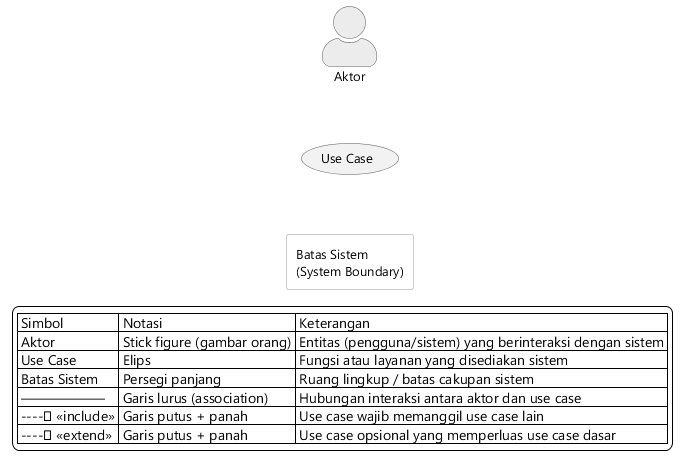
The PlantUML diagram diagrams/gambar-2-11-legenda-use-case.png in Jokskuyy/workflow-ta-proyek, before a commit.
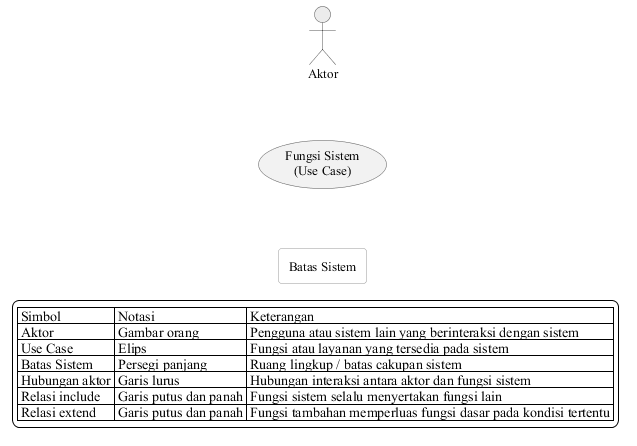
After the change.

What changed in the source:
```diff
@@ -2,10 +2,9 @@
 
 skinparam backgroundColor #FFFFFF
 skinparam shadowing false
-skinparam defaultFontName "Segoe UI"
+skinparam defaultFontName "Times New Roman"
 skinparam defaultFontSize 13
 skinparam ArrowColor #444444
-skinparam actorStyle awesome
 skinparam usecase {
   BackgroundColor #F2F2F2
   BorderColor #555555
@@ -21,20 +20,20 @@
 
 
 actor "Aktor" as A
-usecase "Use Case" as U
-rectangle "Batas Sistem\n(System Boundary)" as Bnd
+usecase "Fungsi Sistem\n(Use Case)" as U
+rectangle "Batas Sistem" as Bnd
 
 A -[hidden]down- U
 U -[hidden]down- Bnd
 
 legend right
   | Simbol | Notasi | Keterangan |
-  | Aktor | Stick figure (gambar orang) | Entitas (pengguna/sistem) yang berinteraksi dengan sistem |
-  | Use Case | Elips | Fungsi atau layanan yang disediakan sistem |
+  | Aktor | Gambar orang | Pengguna atau sistem lain yang berinteraksi dengan sistem |
+  | Use Case | Elips | Fungsi atau layanan yang tersedia pada sistem |
   | Batas Sistem | Persegi panjang | Ruang lingkup / batas cakupan sistem |
-  | —————— | Garis lurus (association) | Hubungan interaksi antara aktor dan use case |
-  | ----▷ <<include>> | Garis putus + panah | Use case wajib memanggil use case lain |
-  | ----▷ <<extend>> | Garis putus + panah | Use case opsional yang memperluas use case dasar |
+  | Hubungan aktor | Garis lurus | Hubungan interaksi antara aktor dan fungsi sistem |
+  | Relasi include | Garis putus dan panah | Fungsi sistem selalu menyertakan fungsi lain |
+  | Relasi extend | Garis putus dan panah | Fungsi tambahan memperluas fungsi dasar pada kondisi tertentu |
 endlegend
 
 @enduml
```
